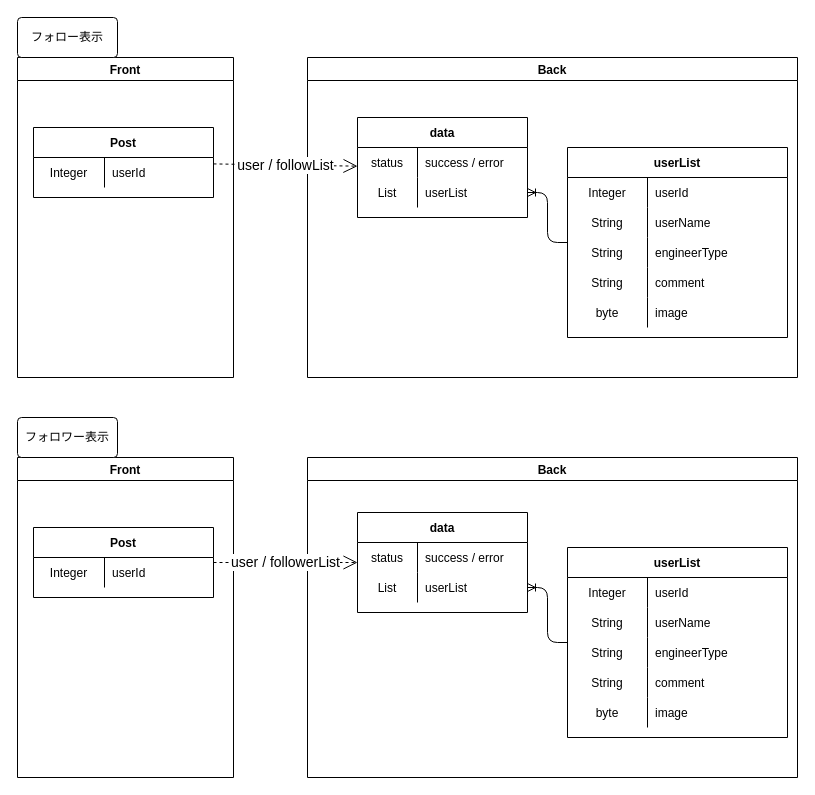
This is page "フォロー・フォロワーリスト" (6 of 14) of Designs/基本設計.drawio from yusuke-rakus/Qiish, a draw.io file, before an edit. Source tidied: cells renumbered, new cells numbered last; positions are measured from the earlier drawing's top-left corner, leaving out a move shared by most shapes. Both pictures are drawn from the tidied source at 100%, with x=0, y=0 at pixel (17, 17).
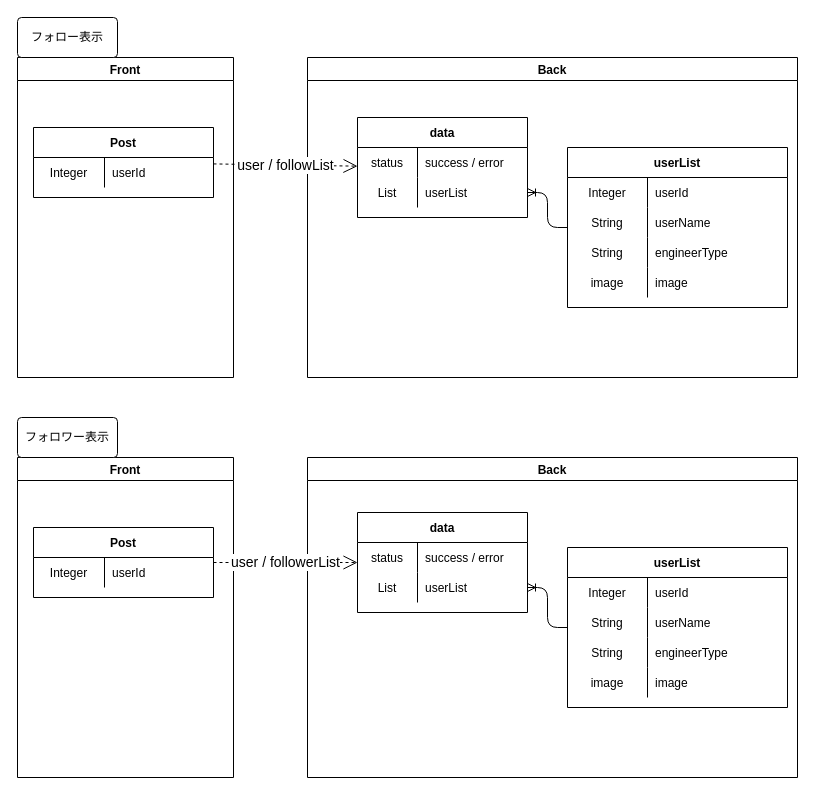
The same diagram, later.

Unchanged cells that the change refers to:
```xml
<mxCell id="7" value="Back" style="swimlane;" parent="1" vertex="1">
  <mxGeometry x="290" y="40" width="490" height="320" as="geometry" />
</mxCell>
<mxCell id="38" value="Back" style="swimlane;" parent="1" vertex="1">
  <mxGeometry x="290" y="440" width="490" height="320" as="geometry" />
</mxCell>
```

What changed in the source:
```diff
@@
     <mxCell id="15" value="userList" style="shape=table;startSize=30;childLayout=tableLayout;rowLines=0;fontStyle=1;align=center;" parent="7" vertex="1">
-      <mxGeometry x="260" y="90" width="220" height="190" as="geometry" />
+      <mxGeometry x="260" y="90" width="220" height="160" as="geometry" />
     </mxCell>
@@
-    <mxCell id="25" style="shape=partialRectangle;fillColor=none;top=0;left=0;bottom=0;right=0;" parent="15" vertex="1">
-      <mxGeometry y="120" width="220" height="30" as="geometry" />
-    </mxCell>
-    <mxCell id="26" value="String" style="shape=partialRectangle;fillColor=none;top=0;left=0;bottom=0;right=0;fontStyle=0;overflow=hidden;" parent="25" vertex="1">
-      <mxGeometry width="80" height="30" as="geometry" />
-    </mxCell>
-    <mxCell id="27" value="comment" style="shape=partialRectangle;fillColor=none;top=0;left=0;bottom=0;right=0;align=left;spacingLeft=6;fontStyle=0;overflow=hidden;" parent="25" vertex="1">
-      <mxGeometry x="80" width="140" height="30" as="geometry" />
-    </mxCell>
     <mxCell id="28" style="shape=partialRectangle;fillColor=none;top=0;left=0;bottom=0;right=0;" parent="15" vertex="1">
-      <mxGeometry y="150" width="220" height="30" as="geometry" />
+      <mxGeometry y="120" width="220" height="30" as="geometry" />
     </mxCell>
-    <mxCell id="29" value="byte" style="shape=partialRectangle;fillColor=none;top=0;left=0;bottom=0;right=0;fontStyle=0;overflow=hidden;" parent="28" vertex="1">
+    <mxCell id="29" value="image" style="shape=partialRectangle;fillColor=none;top=0;left=0;bottom=0;right=0;fontStyle=0;overflow=hidden;" parent="28" vertex="1">
       <mxGeometry width="80" height="30" as="geometry" />
     </mxCell>
@@
     <mxCell id="46" value="userList" style="shape=table;startSize=30;childLayout=tableLayout;rowLines=0;fontStyle=1;align=center;" parent="38" vertex="1">
-      <mxGeometry x="260" y="90" width="220" height="190" as="geometry" />
+      <mxGeometry x="260" y="90" width="220" height="160" as="geometry" />
     </mxCell>
@@
-    <mxCell id="56" style="shape=partialRectangle;fillColor=none;top=0;left=0;bottom=0;right=0;" parent="46" vertex="1">
-      <mxGeometry y="120" width="220" height="30" as="geometry" />
-    </mxCell>
-    <mxCell id="57" value="String" style="shape=partialRectangle;fillColor=none;top=0;left=0;bottom=0;right=0;fontStyle=0;overflow=hidden;" parent="56" vertex="1">
-      <mxGeometry width="80" height="30" as="geometry" />
-    </mxCell>
-    <mxCell id="58" value="comment" style="shape=partialRectangle;fillColor=none;top=0;left=0;bottom=0;right=0;align=left;spacingLeft=6;fontStyle=0;overflow=hidden;" parent="56" vertex="1">
-      <mxGeometry x="80" width="140" height="30" as="geometry" />
-    </mxCell>
     <mxCell id="59" style="shape=partialRectangle;fillColor=none;top=0;left=0;bottom=0;right=0;" parent="46" vertex="1">
-      <mxGeometry y="150" width="220" height="30" as="geometry" />
+      <mxGeometry y="120" width="220" height="30" as="geometry" />
     </mxCell>
-    <mxCell id="60" value="byte" style="shape=partialRectangle;fillColor=none;top=0;left=0;bottom=0;right=0;fontStyle=0;overflow=hidden;" parent="59" vertex="1">
+    <mxCell id="60" value="image" style="shape=partialRectangle;fillColor=none;top=0;left=0;bottom=0;right=0;fontStyle=0;overflow=hidden;" parent="59" vertex="1">
       <mxGeometry width="80" height="30" as="geometry" />
     </mxCell>
```
